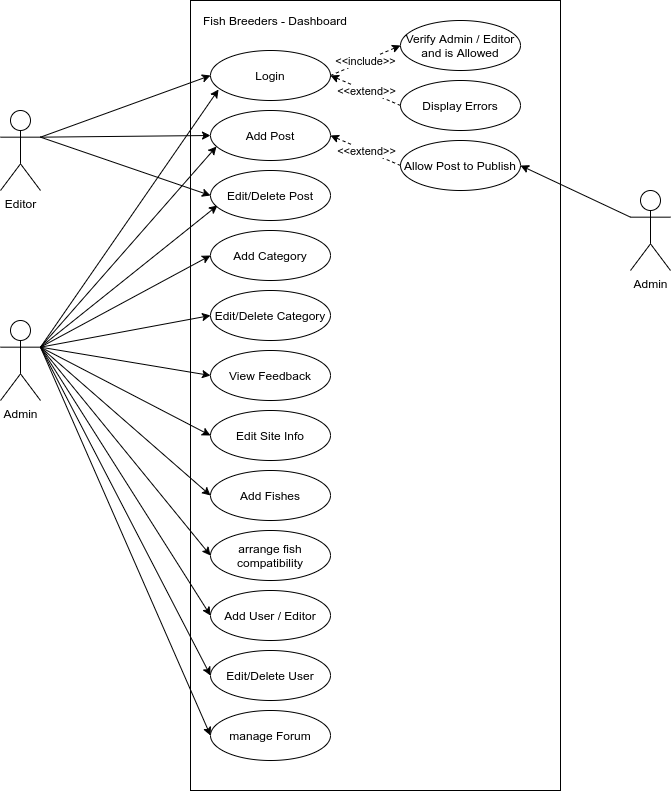
This is adminusecase.png from anupshrestha11/drawio, a draw.io export, as it was before one commit. Source tidied: cells renumbered, new cells last; positions are measured from the earlier drawing's top-left corner, leaving out a move shared by most shapes. Its diagram source:
```xml
<mxGraphModel>
  <root>
    <mxCell id="0" />
    <mxCell id="1" parent="0" />
    <mxCell id="2" style="rounded=0;whiteSpace=wrap;html=1;" parent="1" vertex="1">
      <mxGeometry x="190" width="370" height="790" as="geometry" />
    </mxCell>
    <mxCell id="3" value="Login" style="ellipse;whiteSpace=wrap;html=1;" parent="1" vertex="1">
      <mxGeometry x="210" y="50" width="120" height="50" as="geometry" />
    </mxCell>
    <mxCell id="4" value="Fish Breeders - Dashboard" style="text;html=1;strokeColor=none;fillColor=none;align=center;verticalAlign=middle;whiteSpace=wrap;rounded=0;" parent="1" vertex="1">
      <mxGeometry x="190" y="10" width="170" height="20" as="geometry" />
    </mxCell>
    <mxCell id="5" style="rounded=0;jettySize=auto;html=1;exitX=1;exitY=0.3333333333333333;exitDx=0;exitDy=0;exitPerimeter=0;entryX=0;entryY=0.5;entryDx=0;entryDy=0;" parent="1" edge="1" source="8" target="3">
      <mxGeometry relative="1" as="geometry" />
    </mxCell>
    <mxCell id="6" style="edgeStyle=none;rounded=0;jettySize=auto;html=1;exitX=1;exitY=0.3333333333333333;exitDx=0;exitDy=0;exitPerimeter=0;entryX=0;entryY=0.5;entryDx=0;entryDy=0;" parent="1" edge="1" source="8" target="22">
      <mxGeometry relative="1" as="geometry" />
    </mxCell>
    <mxCell id="7" style="edgeStyle=none;rounded=0;jettySize=auto;html=1;exitX=1;exitY=0.3333333333333333;exitDx=0;exitDy=0;exitPerimeter=0;entryX=0;entryY=0.5;entryDx=0;entryDy=0;" parent="1" edge="1" source="8" target="23">
      <mxGeometry relative="1" as="geometry" />
    </mxCell>
    <mxCell id="8" value="Editor" style="shape=umlActor;verticalLabelPosition=bottom;verticalAlign=top;html=1;outlineConnect=0;" parent="1" vertex="1">
      <mxGeometry y="110" width="40" height="80" as="geometry" />
    </mxCell>
    <mxCell id="9" style="edgeStyle=none;rounded=0;jettySize=auto;html=1;exitX=1;exitY=0.3333333333333333;exitDx=0;exitDy=0;exitPerimeter=0;entryX=0;entryY=0.5;entryDx=0;entryDy=0;" parent="1" edge="1" source="21" target="27">
      <mxGeometry relative="1" as="geometry" />
    </mxCell>
    <mxCell id="10" style="edgeStyle=none;rounded=0;jettySize=auto;html=1;exitX=1;exitY=0.3333333333333333;exitDx=0;exitDy=0;exitPerimeter=0;entryX=0.067;entryY=0.78;entryDx=0;entryDy=0;entryPerimeter=0;" parent="1" edge="1" source="21" target="3">
      <mxGeometry relative="1" as="geometry" />
    </mxCell>
    <mxCell id="11" style="edgeStyle=none;rounded=0;jettySize=auto;html=1;exitX=1;exitY=0.3333333333333333;exitDx=0;exitDy=0;exitPerimeter=0;entryX=0.05;entryY=0.72;entryDx=0;entryDy=0;entryPerimeter=0;" parent="1" edge="1" source="21" target="22">
      <mxGeometry relative="1" as="geometry" />
    </mxCell>
    <mxCell id="12" style="edgeStyle=none;rounded=0;jettySize=auto;html=1;exitX=1;exitY=0.3333333333333333;exitDx=0;exitDy=0;exitPerimeter=0;entryX=0.058;entryY=0.7;entryDx=0;entryDy=0;entryPerimeter=0;" parent="1" edge="1" source="21" target="23">
      <mxGeometry relative="1" as="geometry" />
    </mxCell>
    <mxCell id="13" style="edgeStyle=none;rounded=0;jettySize=auto;html=1;exitX=1;exitY=0.3333333333333333;exitDx=0;exitDy=0;exitPerimeter=0;entryX=0;entryY=0.5;entryDx=0;entryDy=0;" parent="1" edge="1" source="21" target="26">
      <mxGeometry relative="1" as="geometry" />
    </mxCell>
    <mxCell id="14" style="edgeStyle=none;rounded=0;jettySize=auto;html=1;exitX=1;exitY=0.3333333333333333;exitDx=0;exitDy=0;exitPerimeter=0;entryX=0;entryY=0.5;entryDx=0;entryDy=0;" parent="1" edge="1" source="21" target="25">
      <mxGeometry relative="1" as="geometry" />
    </mxCell>
    <mxCell id="15" style="edgeStyle=none;rounded=0;jettySize=auto;html=1;exitX=1;exitY=0.3333333333333333;exitDx=0;exitDy=0;exitPerimeter=0;entryX=0;entryY=0.5;entryDx=0;entryDy=0;" parent="1" edge="1" source="21" target="24">
      <mxGeometry relative="1" as="geometry" />
    </mxCell>
    <mxCell id="16" style="edgeStyle=none;rounded=0;jettySize=auto;html=1;exitX=1;exitY=0.3333333333333333;exitDx=0;exitDy=0;exitPerimeter=0;entryX=0;entryY=0.5;entryDx=0;entryDy=0;" parent="1" edge="1" source="21" target="28">
      <mxGeometry relative="1" as="geometry" />
    </mxCell>
    <mxCell id="17" style="edgeStyle=none;rounded=0;jettySize=auto;html=1;exitX=1;exitY=0.3333333333333333;exitDx=0;exitDy=0;exitPerimeter=0;entryX=0;entryY=0.5;entryDx=0;entryDy=0;" parent="1" edge="1" source="21" target="29">
      <mxGeometry relative="1" as="geometry" />
    </mxCell>
    <mxCell id="18" style="edgeStyle=none;rounded=0;jettySize=auto;html=1;exitX=1;exitY=0.3333333333333333;exitDx=0;exitDy=0;exitPerimeter=0;entryX=0;entryY=0.5;entryDx=0;entryDy=0;" parent="1" edge="1" source="21" target="30">
      <mxGeometry relative="1" as="geometry" />
    </mxCell>
    <mxCell id="19" style="edgeStyle=none;rounded=0;jettySize=auto;html=1;exitX=1;exitY=0.3333333333333333;exitDx=0;exitDy=0;exitPerimeter=0;entryX=0;entryY=0.5;entryDx=0;entryDy=0;" parent="1" edge="1" source="21" target="32">
      <mxGeometry relative="1" as="geometry" />
    </mxCell>
    <mxCell id="20" style="edgeStyle=none;rounded=0;jettySize=auto;html=1;exitX=1;exitY=0.3333333333333333;exitDx=0;exitDy=0;exitPerimeter=0;entryX=0;entryY=0.5;entryDx=0;entryDy=0;" parent="1" edge="1" source="21" target="31">
      <mxGeometry relative="1" as="geometry" />
    </mxCell>
    <mxCell id="21" value="Admin" style="shape=umlActor;verticalLabelPosition=bottom;verticalAlign=top;html=1;outlineConnect=0;" parent="1" vertex="1">
      <mxGeometry y="320" width="40" height="80" as="geometry" />
    </mxCell>
    <mxCell id="22" value="Add Post" style="ellipse;whiteSpace=wrap;html=1;" parent="1" vertex="1">
      <mxGeometry x="210" y="110" width="120" height="50" as="geometry" />
    </mxCell>
    <mxCell id="23" value="Edit/Delete Post" style="ellipse;whiteSpace=wrap;html=1;" parent="1" vertex="1">
      <mxGeometry x="210" y="170" width="120" height="50" as="geometry" />
    </mxCell>
    <mxCell id="24" value="Edit Site Info" style="ellipse;whiteSpace=wrap;html=1;" parent="1" vertex="1">
      <mxGeometry x="210" y="410" width="120" height="50" as="geometry" />
    </mxCell>
    <mxCell id="25" value="View Feedback" style="ellipse;whiteSpace=wrap;html=1;" parent="1" vertex="1">
      <mxGeometry x="210" y="350" width="120" height="50" as="geometry" />
    </mxCell>
    <mxCell id="26" value="Edit/Delete Category" style="ellipse;whiteSpace=wrap;html=1;" parent="1" vertex="1">
      <mxGeometry x="210" y="290" width="120" height="50" as="geometry" />
    </mxCell>
    <mxCell id="27" value="Add Category" style="ellipse;whiteSpace=wrap;html=1;" parent="1" vertex="1">
      <mxGeometry x="210" y="230" width="120" height="50" as="geometry" />
    </mxCell>
    <mxCell id="28" value="Add Fishes" style="ellipse;whiteSpace=wrap;html=1;" parent="1" vertex="1">
      <mxGeometry x="210" y="470" width="120" height="50" as="geometry" />
    </mxCell>
    <mxCell id="29" value="arrange fish compatibility" style="ellipse;whiteSpace=wrap;html=1;" parent="1" vertex="1">
      <mxGeometry x="210" y="530" width="120" height="50" as="geometry" />
    </mxCell>
    <mxCell id="30" value="Add User / Editor" style="ellipse;whiteSpace=wrap;html=1;" parent="1" vertex="1">
      <mxGeometry x="210" y="590" width="120" height="50" as="geometry" />
    </mxCell>
    <mxCell id="31" value="manage Forum" style="ellipse;whiteSpace=wrap;html=1;" parent="1" vertex="1">
      <mxGeometry x="210" y="710" width="120" height="50" as="geometry" />
    </mxCell>
    <mxCell id="32" value="Edit/Delete User" style="ellipse;whiteSpace=wrap;html=1;" parent="1" vertex="1">
      <mxGeometry x="210" y="650" width="120" height="50" as="geometry" />
    </mxCell>
    <mxCell id="33" value="Verify Admin / Editor&lt;br&gt;and is Allowed" style="ellipse;whiteSpace=wrap;html=1;" parent="1" vertex="1">
      <mxGeometry x="400" y="20" width="120" height="50" as="geometry" />
    </mxCell>
    <mxCell id="34" value="Display Errors" style="ellipse;whiteSpace=wrap;html=1;" parent="1" vertex="1">
      <mxGeometry x="400" y="80" width="120" height="50" as="geometry" />
    </mxCell>
    <mxCell id="35" value="\" style="endArrow=classic;html=1;entryX=0;entryY=0.5;entryDx=0;entryDy=0;exitX=1;exitY=0.5;exitDx=0;exitDy=0;dashed=1;" parent="1" edge="1" source="3" target="33">
      <mxGeometry relative="1" as="geometry" />
    </mxCell>
    <mxCell id="36" value="&amp;lt;&amp;lt;include&amp;gt;&amp;gt;" style="edgeLabel;html=1;align=center;verticalAlign=middle;" parent="35" vertex="1">
      <mxGeometry relative="1" as="geometry" />
    </mxCell>
    <mxCell id="37" value="\" style="endArrow=classic;html=1;entryX=1;entryY=0.5;entryDx=0;entryDy=0;exitX=0;exitY=0.5;exitDx=0;exitDy=0;dashed=1;" parent="1" edge="1" source="34" target="3">
      <mxGeometry relative="1" as="geometry" />
    </mxCell>
    <mxCell id="38" value="&amp;lt;&amp;lt;extend&amp;gt;&amp;gt;" style="edgeLabel;html=1;align=center;verticalAlign=middle;" parent="37" vertex="1">
      <mxGeometry relative="1" as="geometry" />
    </mxCell>
    <mxCell id="39" value="Allow Post to Publish" style="ellipse;whiteSpace=wrap;html=1;" parent="1" vertex="1">
      <mxGeometry x="400" y="140" width="120" height="50" as="geometry" />
    </mxCell>
    <mxCell id="40" value="\" style="endArrow=classic;html=1;entryX=1;entryY=0.5;entryDx=0;entryDy=0;exitX=0;exitY=0.5;exitDx=0;exitDy=0;dashed=1;" parent="1" edge="1" source="39" target="22">
      <mxGeometry relative="1" as="geometry" />
    </mxCell>
    <mxCell id="41" value="&amp;lt;&amp;lt;extend&amp;gt;&amp;gt;" style="edgeLabel;html=1;align=center;verticalAlign=middle;" parent="40" vertex="1">
      <mxGeometry relative="1" as="geometry" />
    </mxCell>
    <mxCell id="42" style="edgeStyle=none;rounded=0;jettySize=auto;html=1;exitX=0;exitY=0.3333333333333333;exitDx=0;exitDy=0;exitPerimeter=0;entryX=1;entryY=0.5;entryDx=0;entryDy=0;" parent="1" edge="1" source="43" target="39">
      <mxGeometry relative="1" as="geometry" />
    </mxCell>
    <mxCell id="43" value="Admin" style="shape=umlActor;verticalLabelPosition=bottom;verticalAlign=top;html=1;outlineConnect=0;" parent="1" vertex="1">
      <mxGeometry x="630" y="190" width="40" height="80" as="geometry" />
    </mxCell>
  </root>
</mxGraphModel>
```
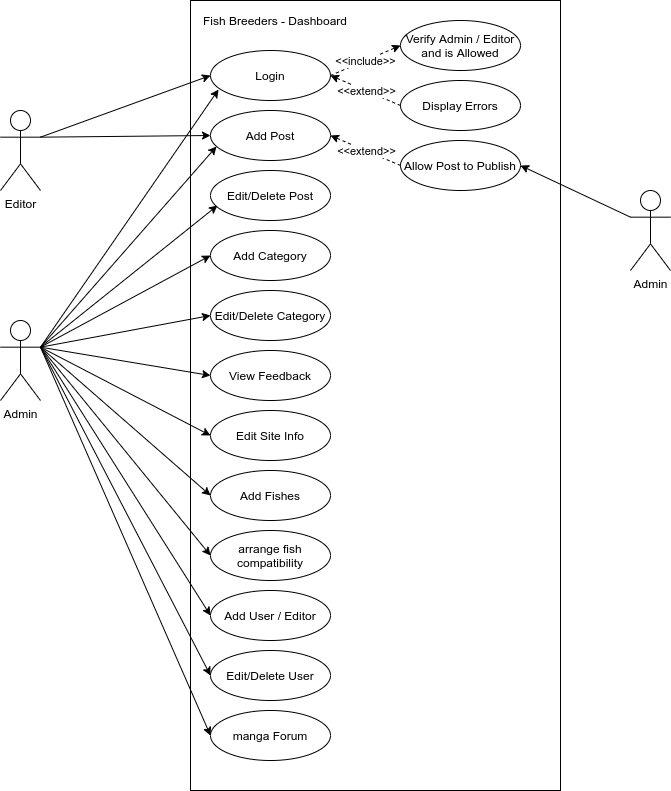
The same file after the commit.

Diff of the diagram source:
```diff
@@ -17,9 +17,6 @@
     <mxCell id="6" style="edgeStyle=none;rounded=0;jettySize=auto;html=1;exitX=1;exitY=0.3333333333333333;exitDx=0;exitDy=0;exitPerimeter=0;entryX=0;entryY=0.5;entryDx=0;entryDy=0;" parent="1" edge="1" source="8" target="22">
       <mxGeometry relative="1" as="geometry" />
     </mxCell>
-    <mxCell id="7" style="edgeStyle=none;rounded=0;jettySize=auto;html=1;exitX=1;exitY=0.3333333333333333;exitDx=0;exitDy=0;exitPerimeter=0;entryX=0;entryY=0.5;entryDx=0;entryDy=0;" parent="1" edge="1" source="8" target="23">
-      <mxGeometry relative="1" as="geometry" />
-    </mxCell>
     <mxCell id="8" value="Editor" style="shape=umlActor;verticalLabelPosition=bottom;verticalAlign=top;html=1;outlineConnect=0;" parent="1" vertex="1">
       <mxGeometry y="110" width="40" height="80" as="geometry" />
     </mxCell>
@@ -89,7 +86,7 @@
     <mxCell id="30" value="Add User / Editor" style="ellipse;whiteSpace=wrap;html=1;" parent="1" vertex="1">
       <mxGeometry x="210" y="590" width="120" height="50" as="geometry" />
     </mxCell>
-    <mxCell id="31" value="manage Forum" style="ellipse;whiteSpace=wrap;html=1;" parent="1" vertex="1">
+    <mxCell id="31" value="manga Forum" style="ellipse;whiteSpace=wrap;html=1;" parent="1" vertex="1">
       <mxGeometry x="210" y="710" width="120" height="50" as="geometry" />
     </mxCell>
     <mxCell id="32" value="Edit/Delete User" style="ellipse;whiteSpace=wrap;html=1;" parent="1" vertex="1">
```
